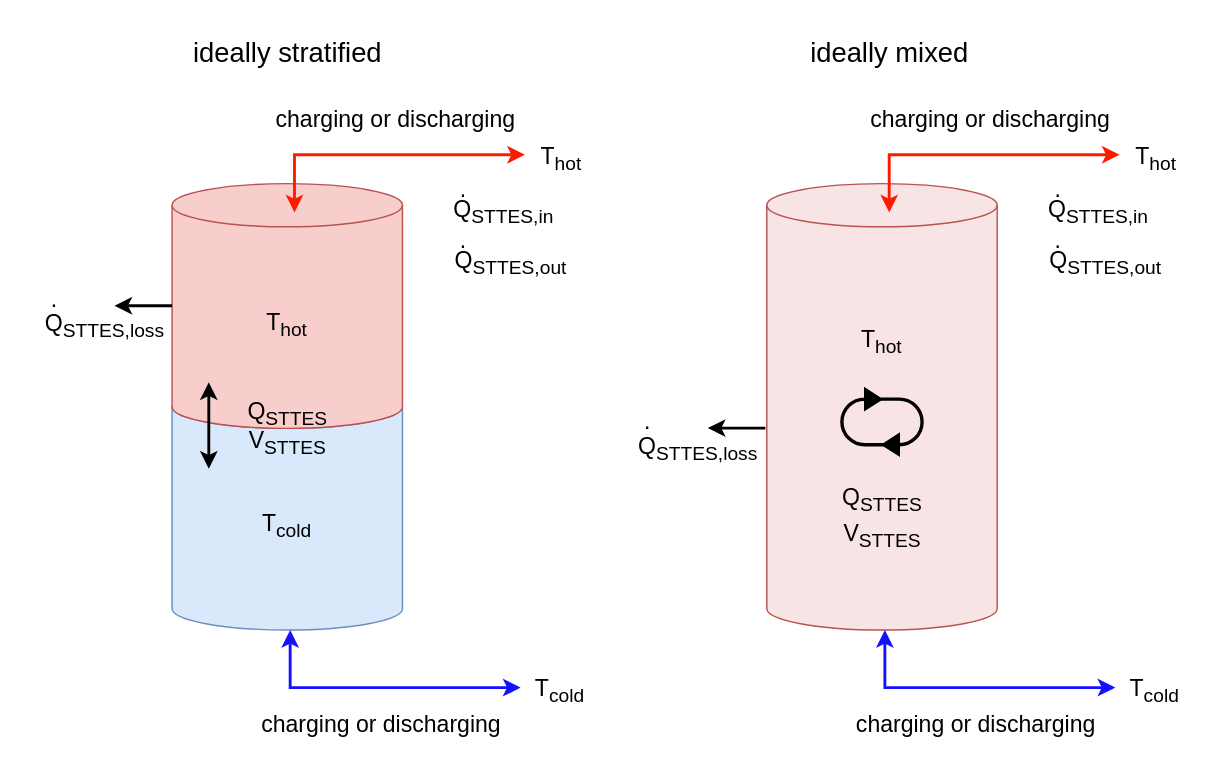
Above: docs/fig/source_files/221021_STTES_scetch.drawio in QuaSi-Software/Documentation (draw.io), before the change. Source tidied: cells renumbered, new cells numbered last; positions are measured from the earlier drawing's top-left corner, leaving out a move shared by most shapes. Both pictures are drawn from the tidied source at 144%, with x=0, y=0 at pixel (24, 24).
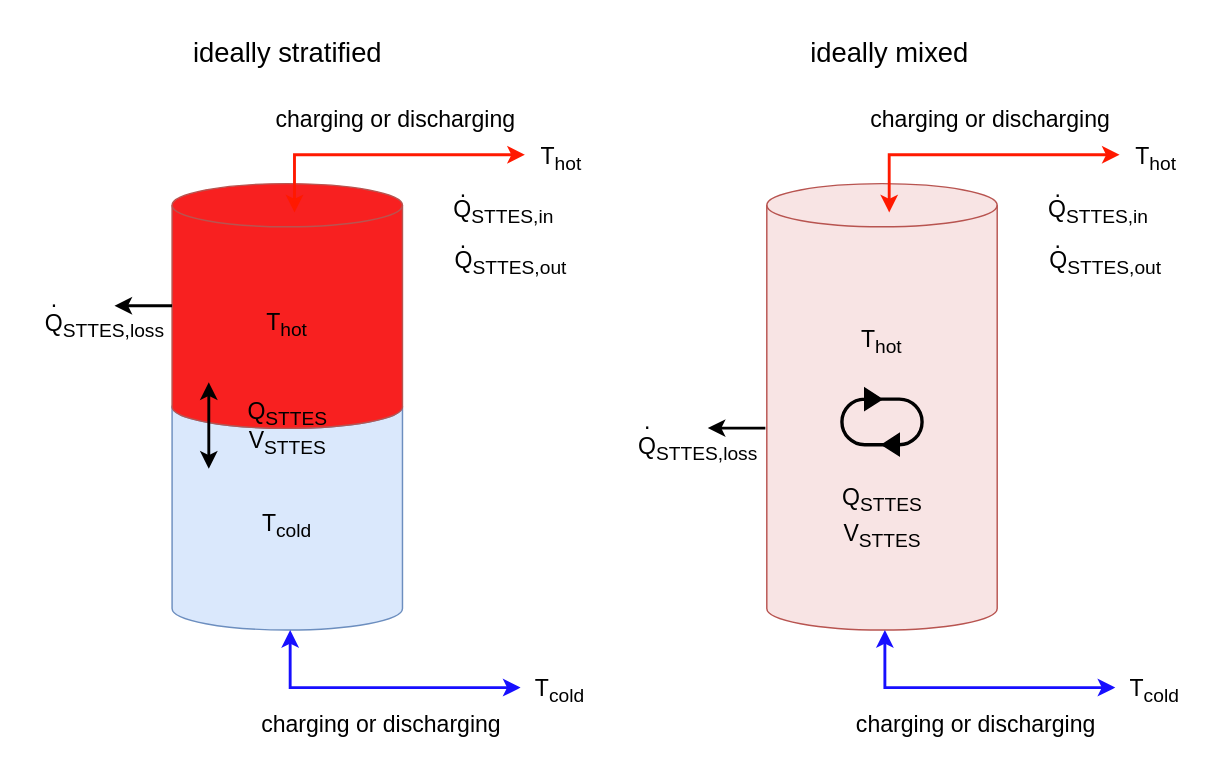
The same diagram, later.

Diff of the diagram source:
```diff
@@
-    <mxCell id="3" value="&lt;font style=&quot;font-size: 16px;&quot;&gt;T&lt;sub&gt;hot&lt;/sub&gt;&lt;/font&gt;" style="shape=cylinder3;whiteSpace=wrap;html=1;boundedLbl=1;backgroundOutline=1;size=15;fillColor=#f8cecc;strokeColor=#b85450;gradientColor=none;" parent="1" vertex="1">
+    <mxCell id="3" value="&lt;font style=&quot;font-size: 16px;&quot;&gt;T&lt;sub&gt;hot&lt;/sub&gt;&lt;/font&gt;" style="shape=cylinder3;whiteSpace=wrap;html=1;boundedLbl=1;backgroundOutline=1;size=15;fillColor=#F82020;strokeColor=#b85450;gradientColor=none;" parent="1" vertex="1">
       <mxGeometry x="102" y="110" width="160" height="170" as="geometry" />
     </mxCell>
```
